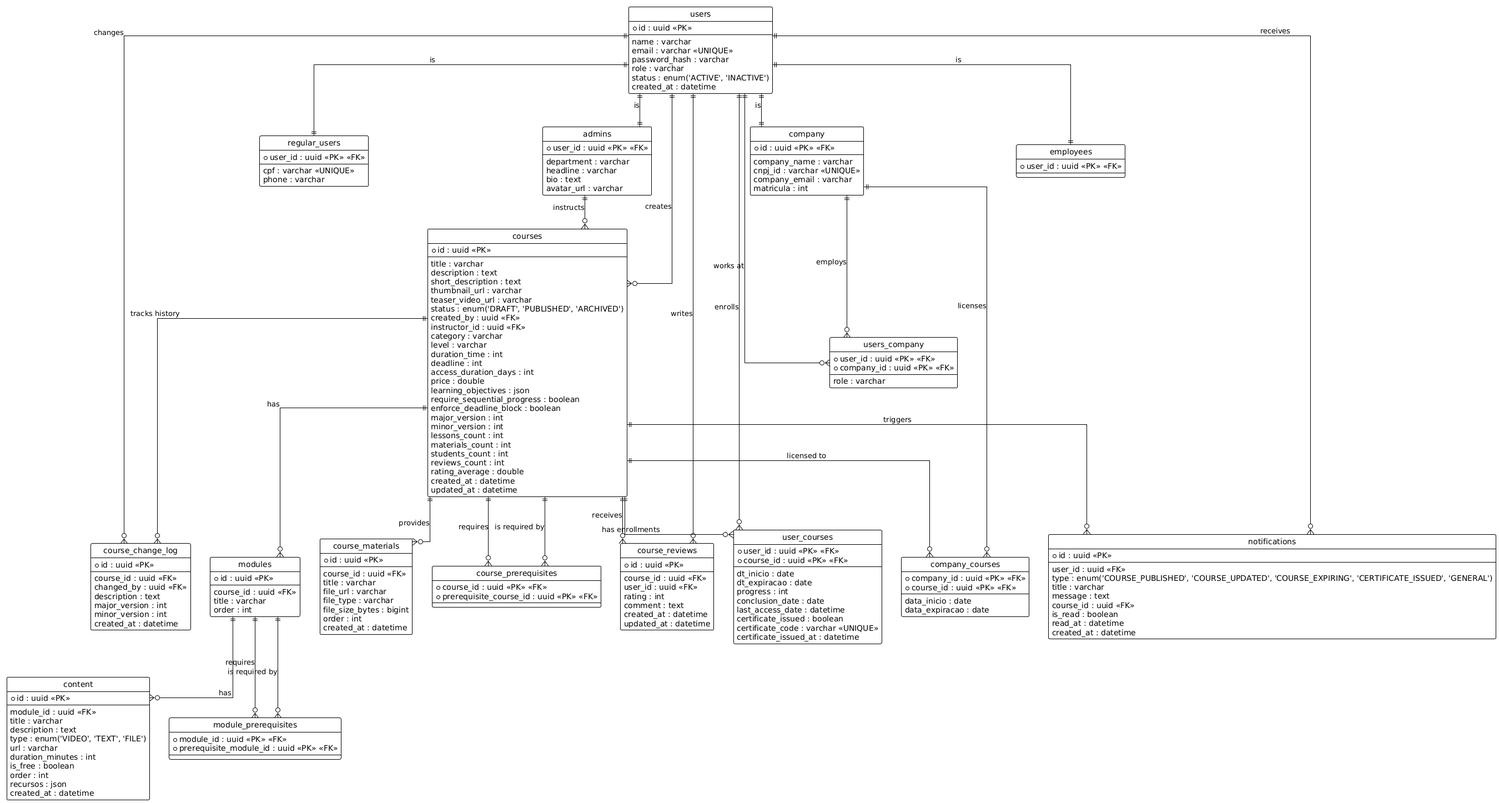
Above: docs/database.png in AGES-ESCAPA/Backend (PlantUML), before the change. Source of this version:
```plantuml
@startuml
!theme plain
hide circle
skinparam linetype ortho


entity "users" as users {
  * id : uuid <<PK>>
  --
  name : varchar
  email : varchar <<UNIQUE>>
  password_hash : varchar
  role : varchar
  status : enum('ACTIVE', 'INACTIVE')
  created_at : datetime
}

entity "regular_users" as regular_users {
  * user_id : uuid <<PK>> <<FK>>
  --
  cpf : varchar <<UNIQUE>>
  phone : varchar
}

entity "admins" as admins {
  * user_id : uuid <<PK>> <<FK>>
  --
  department : varchar
  headline : varchar
  bio : text
  avatar_url : varchar
}

entity "company" as company {
  * id : uuid <<PK>> <<FK>>
  --
  company_name : varchar
  cnpj_id : varchar <<UNIQUE>>
  company_email : varchar
  matricula : int
}

entity "employees" as employees {
  * user_id : uuid <<PK>> <<FK>>
  --
}

entity "courses" as courses {
  * id : uuid <<PK>>
  --
  title : varchar
  description : text
  short_description : text
  thumbnail_url : varchar
  teaser_video_url : varchar
  status : enum('DRAFT', 'PUBLISHED', 'ARCHIVED')
  created_by : uuid <<FK>>
  instructor_id : uuid <<FK>>
  category : varchar
  level : varchar
  duration_time : int
  deadline : int
  access_duration_days : int
  price : double
  learning_objectives : json
  require_sequential_progress : boolean
  enforce_deadline_block : boolean
  major_version : int
  minor_version : int
  lessons_count : int
  materials_count : int
  students_count : int
  reviews_count : int
  rating_average : double
  created_at : datetime
  updated_at : datetime
}

entity "modules" as modules {
  * id : uuid <<PK>>
  --
  course_id : uuid <<FK>>
  title : varchar
  order : int
}

entity "content" as content {
  * id : uuid <<PK>>
  --
  module_id : uuid <<FK>>
  title : varchar
  description : text
  type : enum('VIDEO', 'TEXT', 'FILE')
  url : varchar
  duration_minutes : int
  is_free : boolean
  order : int
  recursos : json
  created_at : datetime
}

entity "course_materials" as course_materials {
  * id : uuid <<PK>>
  --
  course_id : uuid <<FK>>
  title : varchar
  file_url : varchar
  file_type : varchar
  file_size_bytes : bigint
  order : int
  created_at : datetime
}

entity "course_change_log" as course_change_log {
  * id : uuid <<PK>>
  --
  course_id : uuid <<FK>>
  changed_by : uuid <<FK>>
  description : text
  major_version : int
  minor_version : int
  created_at : datetime
}

entity "course_prerequisites" as course_prerequisites {
  * course_id : uuid <<PK>> <<FK>>
  * prerequisite_course_id : uuid <<PK>> <<FK>>
  --
}

entity "module_prerequisites" as module_prerequisites {
  * module_id : uuid <<PK>> <<FK>>
  * prerequisite_module_id : uuid <<PK>> <<FK>>
  --
}

entity "course_reviews" as course_reviews {
  * id : uuid <<PK>>
  --
  course_id : uuid <<FK>>
  user_id : uuid <<FK>>
  rating : int
  comment : text
  created_at : datetime
  updated_at : datetime
}

entity "user_courses" as user_courses {
  * user_id : uuid <<PK>> <<FK>>
  * course_id : uuid <<PK>> <<FK>>
  --
  dt_inicio : date
  dt_expiracao : date
  progress : int
  conclusion_date : date
  last_access_date : datetime
  certificate_issued : boolean
  certificate_code : varchar <<UNIQUE>>
  certificate_issued_at : datetime
}

entity "company_courses" as company_courses {
  * company_id : uuid <<PK>> <<FK>>
  * course_id : uuid <<PK>> <<FK>>
  --
  data_inicio : date
  data_expiracao : date
}

entity "users_company" as users_company {
  * user_id : uuid <<PK>> <<FK>>
  * company_id : uuid <<PK>> <<FK>>
  --
  role : varchar
}

entity "notifications" as notifications {
  * id : uuid <<PK>>
  --
  user_id : uuid <<FK>>
  type : enum('COURSE_PUBLISHED', 'COURSE_UPDATED', 'COURSE_EXPIRING', 'CERTIFICATE_ISSUED', 'GENERAL')
  title : varchar
  message : text
  course_id : uuid <<FK>>
  is_read : boolean
  read_at : datetime
  created_at : datetime
}


users ||--|| regular_users : "is"
users ||--|| admins : "is"
users ||--|| company : "is"
users ||--|| employees : "is"

users ||--o{ courses : "creates"
admins ||--o{ courses : "instructs"
users ||--o{ course_change_log : "changes"

courses ||--o{ modules : "has"
modules ||--o{ content : "has"
courses ||--o{ course_materials : "provides"
courses ||--o{ course_change_log : "tracks history"

courses ||--o{ course_prerequisites : "requires"
courses ||--o{ course_prerequisites : "is required by"
modules ||--o{ module_prerequisites : "requires"
modules ||--o{ module_prerequisites : "is required by"

courses ||--o{ course_reviews : "receives"
users ||--o{ course_reviews : "writes"
users ||--o{ notifications : "receives"
courses ||--o{ notifications : "triggers"

users ||--o{ user_courses : "enrolls"
courses ||--o{ user_courses : "has enrollments"

company ||--o{ company_courses : "licenses"
courses ||--o{ company_courses : "licensed to"

users ||--o{ users_company : "works at"
company ||--o{ users_company : "employs"
@enduml
```
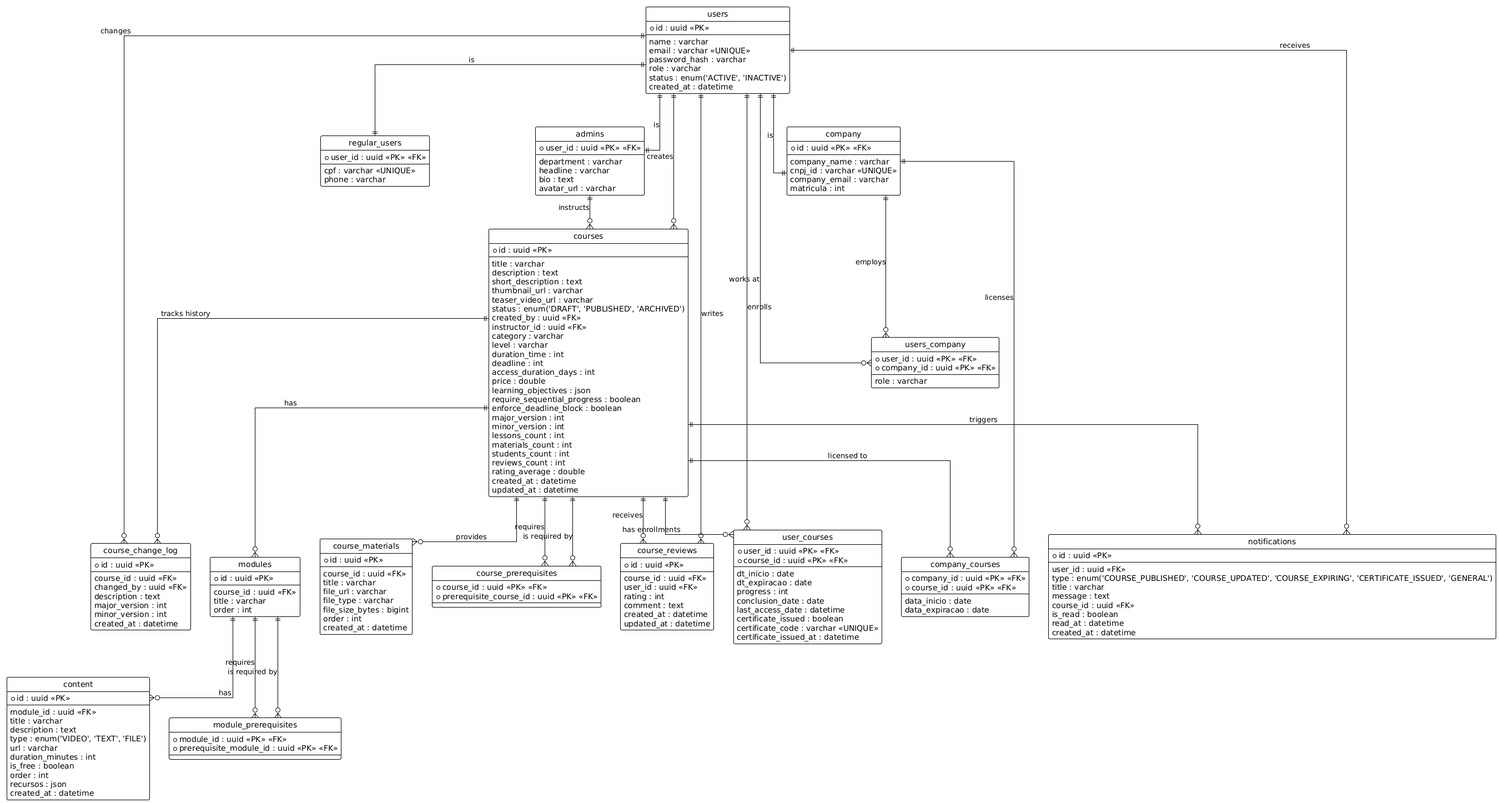
Later version of the same file.

Commit message:
chore: remove redundant Employee entity

Change to the diagram source:
```diff
@@ -38,11 +38,6 @@
   cnpj_id : varchar <<UNIQUE>>
   company_email : varchar
   matricula : int
-}
-
-entity "employees" as employees {
-  * user_id : uuid <<PK>> <<FK>>
-  --
 }
 
 entity "courses" as courses {
@@ -191,7 +186,6 @@
 users ||--|| regular_users : "is"
 users ||--|| admins : "is"
 users ||--|| company : "is"
-users ||--|| employees : "is"
 
 users ||--o{ courses : "creates"
 admins ||--o{ courses : "instructs"
```
